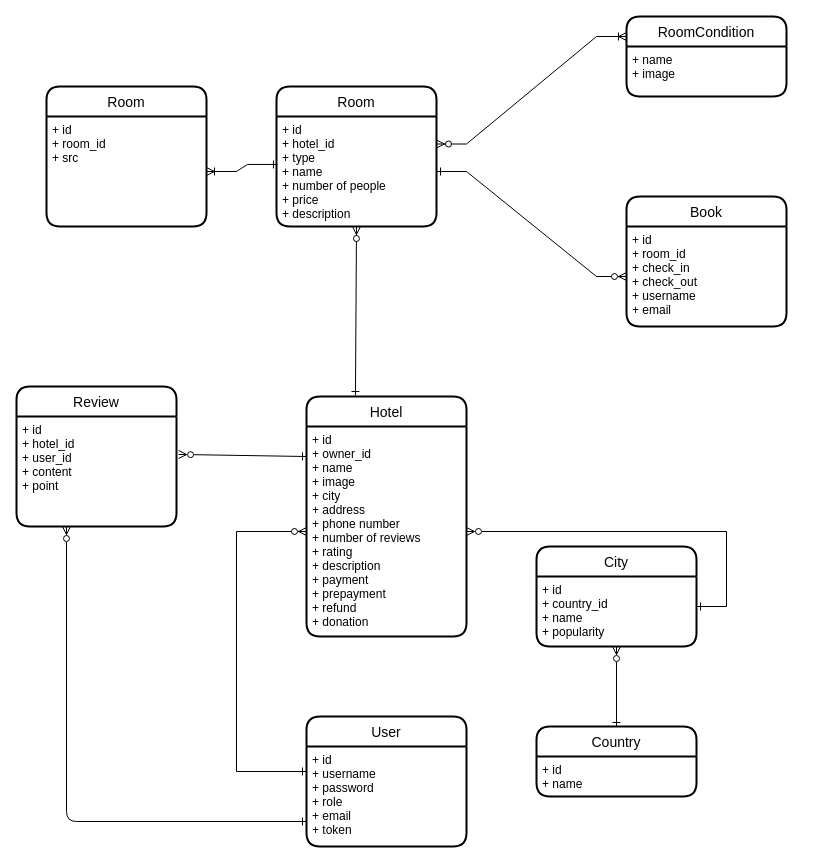
Before: documentation/infological_model.drawio in semwett0301/booking-java-back, a draw.io diagram. Source tidied: cells renumbered, new cells numbered last; positions are measured from the earlier drawing's top-left corner, leaving out a move shared by most shapes. Both pictures are drawn from the tidied source at 100%, with x=0, y=0 at pixel (16, 16).
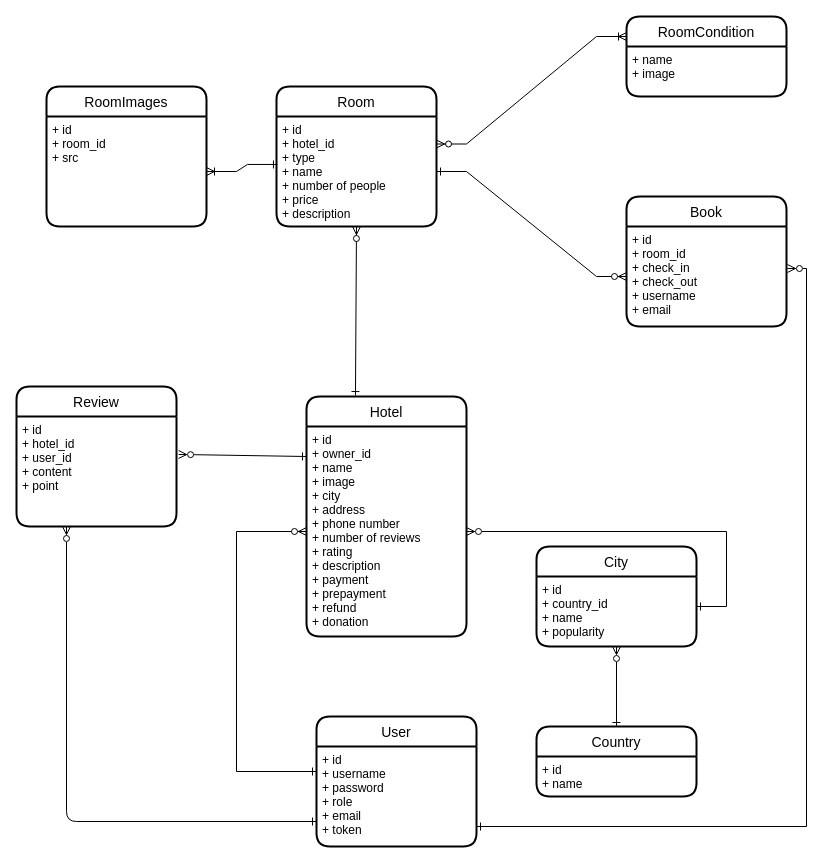
Above is the later version.

The change refers to these unchanged cells:
```xml
<mxCell id="9" value="+ id&#10;+ room_id&#10;+ check_in&#10;+ check_out&#10;+ username&#10;+ email" style="align=left;strokeColor=none;fillColor=none;spacingLeft=4;fontSize=12;verticalAlign=top;" parent="8" vertex="1">
  <mxGeometry y="30" width="160" height="100" as="geometry" />
</mxCell>
<mxCell id="17" value="+ id&#10;+ username&#10;+ password&#10;+ role&#10;+ email&#10;+ token" style="align=left;strokeColor=none;fillColor=none;spacingLeft=4;fontSize=12;verticalAlign=top;" parent="16" vertex="1">
  <mxGeometry y="30" width="160" height="100" as="geometry" />
</mxCell>
```

What changed in the source:
```diff
@@
     <mxCell id="16" value="User" style="swimlane;horizontal=1;startSize=30;rounded=1;fontSize=14;fontStyle=0;strokeWidth=2;shadow=0;dashed=0;align=center;" parent="1" vertex="1">
-      <mxGeometry x="290" y="700" width="160" height="130" as="geometry" />
+      <mxGeometry x="300" y="700" width="160" height="130" as="geometry" />
     </mxCell>
@@
-    <mxCell id="26" value="Room" style="swimlane;horizontal=1;startSize=30;rounded=1;fontSize=14;fontStyle=0;strokeWidth=2;shadow=0;dashed=0;align=center;" parent="1" vertex="1">
+    <mxCell id="26" value="RoomImages" style="swimlane;horizontal=1;startSize=30;rounded=1;fontSize=14;fontStyle=0;strokeWidth=2;shadow=0;dashed=0;align=center;" parent="1" vertex="1">
       <mxGeometry x="30" y="70" width="160" height="140" as="geometry" />
     </mxCell>
@@
+    <mxCell id="29" style="edgeStyle=orthogonalEdgeStyle;rounded=0;jettySize=auto;html=1;entryX=1.006;entryY=0.42;entryDx=0;entryDy=0;entryPerimeter=0;startArrow=ERone;startFill=0;endArrow=ERzeroToMany;endFill=0;" parent="1" edge="1" source="17" target="9">
+      <mxGeometry relative="1" as="geometry">
+        <Array as="points">
+          <mxPoint x="790" y="810" />
+          <mxPoint x="790" y="252" />
+        </Array>
+      </mxGeometry>
+    </mxCell>
```
